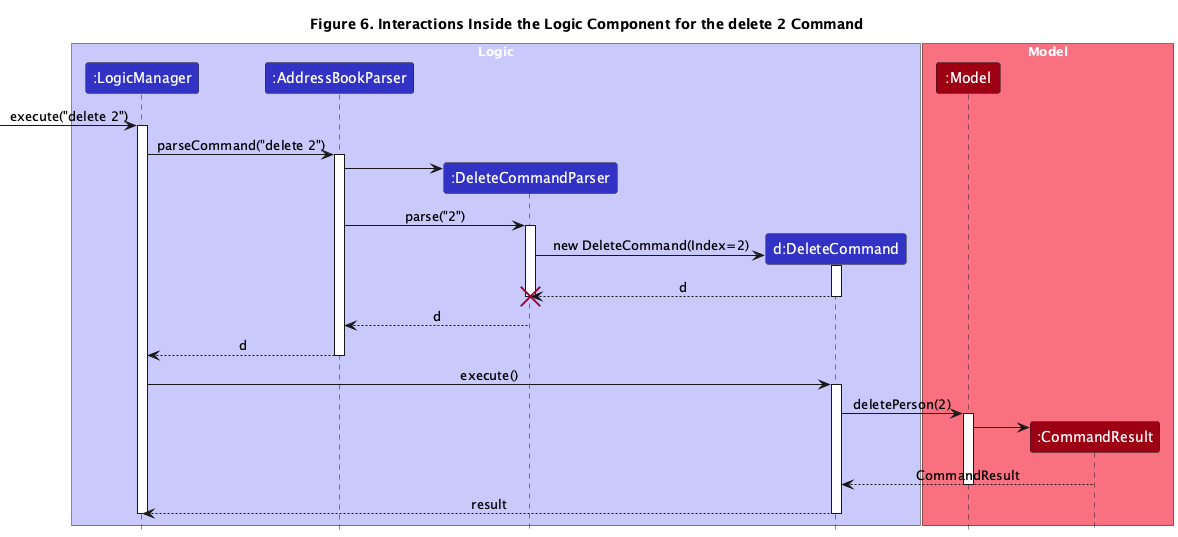
Above: docs/diagrams/LogicSequenceDiagram.png in javierchuaby/tp (PlantUML), before the change.
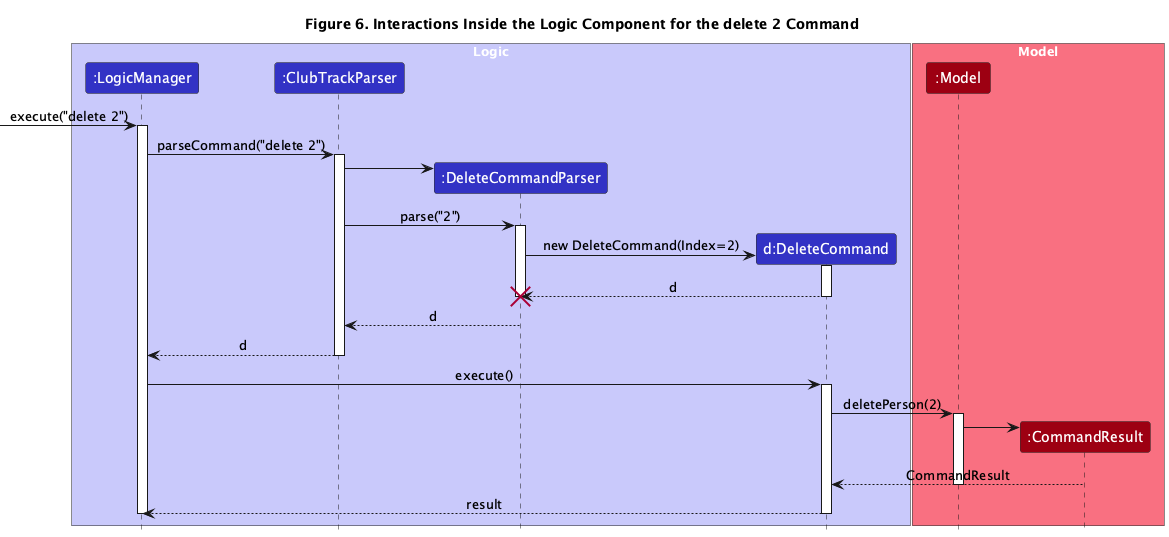
After the commit.

Diff of the diagram source:
```diff
@@ -6,7 +6,7 @@
 
 box "Logic" LOGIC_COLOR_T1
   participant ":LogicManager" as logic LOGIC_COLOR
-  participant ":AddressBookParser" as abp LOGIC_COLOR
+  participant ":ClubTrackParser" as abp LOGIC_COLOR
   participant ":DeleteCommandParser" as dcp LOGIC_COLOR
   participant "d:DeleteCommand" as dc LOGIC_COLOR
 end box
```
